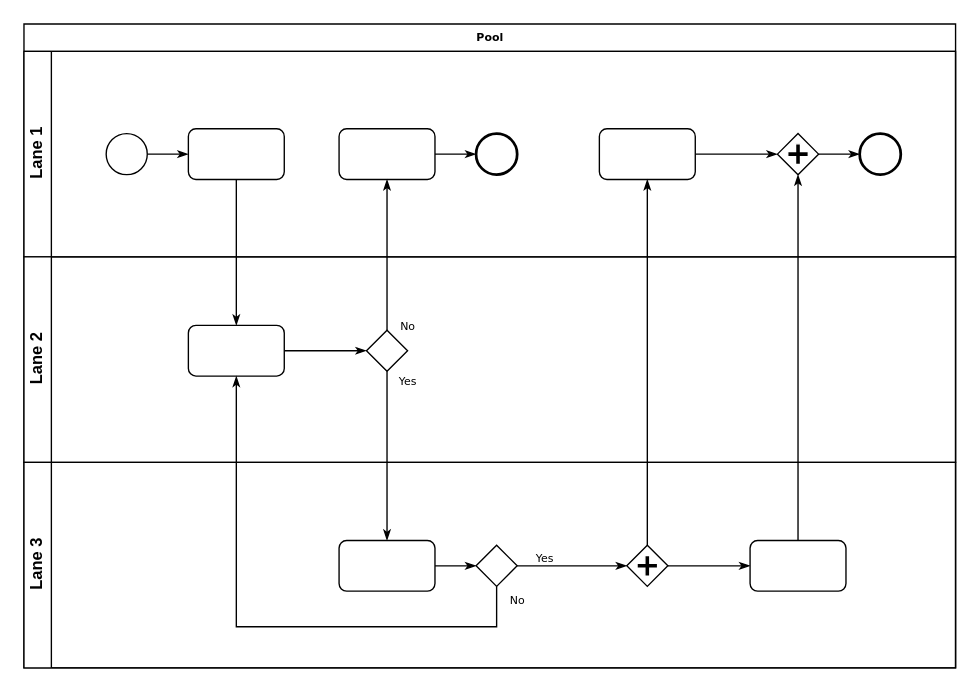
Above: Diagramas/Diagrama sem nome.drawio in DanielRM07/TCC (draw.io), before the change. Source tidied: cells renumbered, new cells numbered last; positions are measured from the earlier drawing's top-left corner, leaving out a move shared by most shapes. Both pictures are drawn from the tidied source at 137%, with x=0, y=0 at pixel (23, 23).
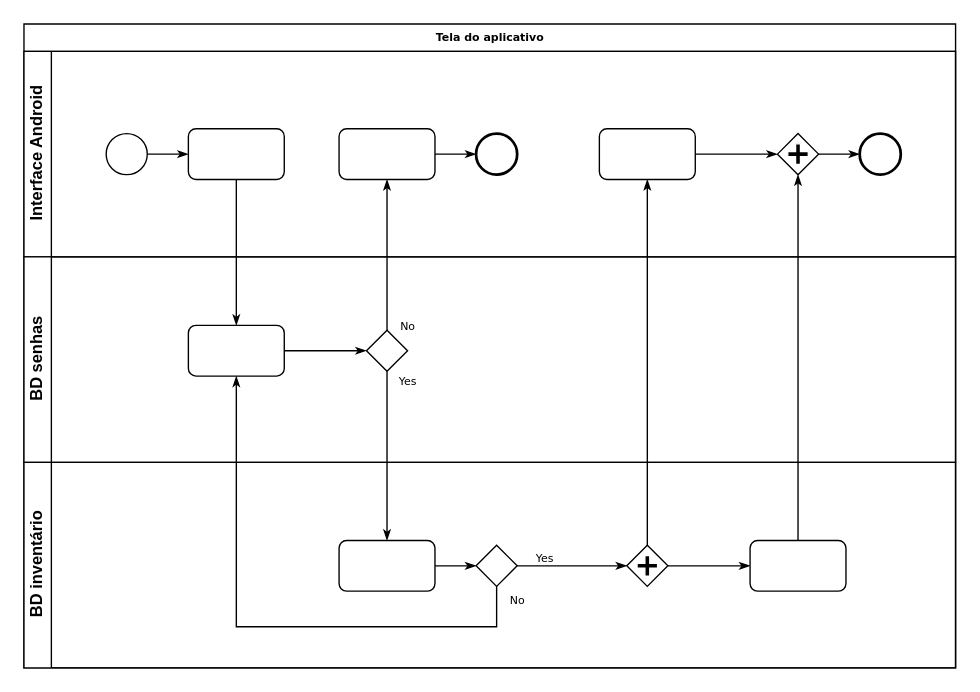
The same page after the edit.

What changed in the source:
```diff
@@
-    <mxCell id="2" value="Pool" style="swimlane;html=1;horizontal=1;startSize=20;rounded=0;shadow=0;labelBackgroundColor=none;strokeWidth=1;fontFamily=Verdana;fontSize=8;align=center;" parent="1" vertex="1">
+    <mxCell id="2" value="Tela do aplicativo" style="swimlane;html=1;horizontal=1;startSize=20;rounded=0;shadow=0;labelBackgroundColor=none;strokeWidth=1;fontFamily=Verdana;fontSize=8;align=center;" parent="1" vertex="1">
       <mxGeometry width="680" height="470" as="geometry" />
     </mxCell>
-    <mxCell id="3" value="Lane 1" style="swimlane;html=1;startSize=20;horizontal=0;" parent="2" vertex="1">
+    <mxCell id="3" value="Interface Android" style="swimlane;html=1;startSize=20;horizontal=0;" parent="2" vertex="1">
       <mxGeometry y="20" width="680" height="150" as="geometry" />
     </mxCell>
@@
-    <mxCell id="15" value="Lane 2" style="swimlane;html=1;startSize=20;horizontal=0;" parent="2" vertex="1">
+    <mxCell id="15" value="BD senhas" style="swimlane;html=1;startSize=20;horizontal=0;" parent="2" vertex="1">
       <mxGeometry y="170" width="680" height="150" as="geometry" />
     </mxCell>
@@
-    <mxCell id="19" value="Lane 3" style="swimlane;html=1;startSize=20;horizontal=0;" parent="2" vertex="1">
+    <mxCell id="19" value="BD inventário" style="swimlane;html=1;startSize=20;horizontal=0;" parent="2" vertex="1">
       <mxGeometry y="320" width="680" height="150" as="geometry" />
     </mxCell>
```
